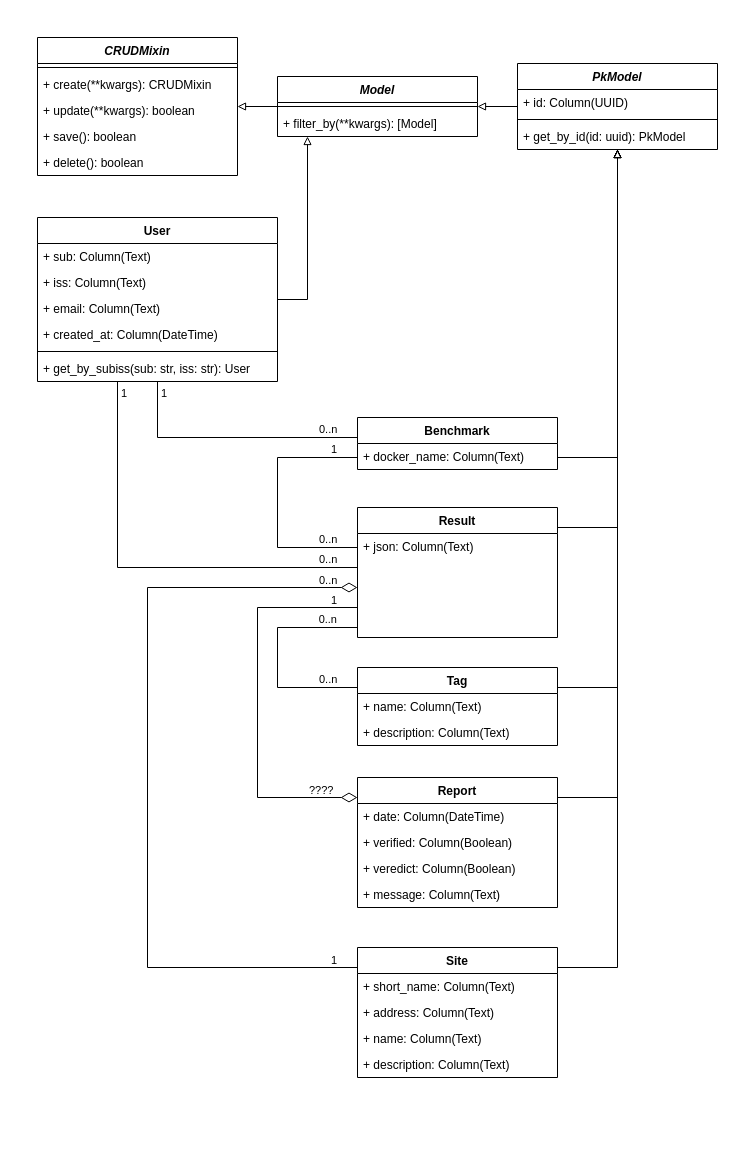
EOSC-synergy/eosc-perf keeps this draw.io diagram as docs/diagrams/classes/models.drawio. Above is the earlier version. Source tidied: cells renumbered, new cells numbered last; positions are measured from the earlier drawing's top-left corner, leaving out a move shared by most shapes. Both pictures are drawn from the tidied source at 100%, with x=0, y=0 at pixel (37, 37).
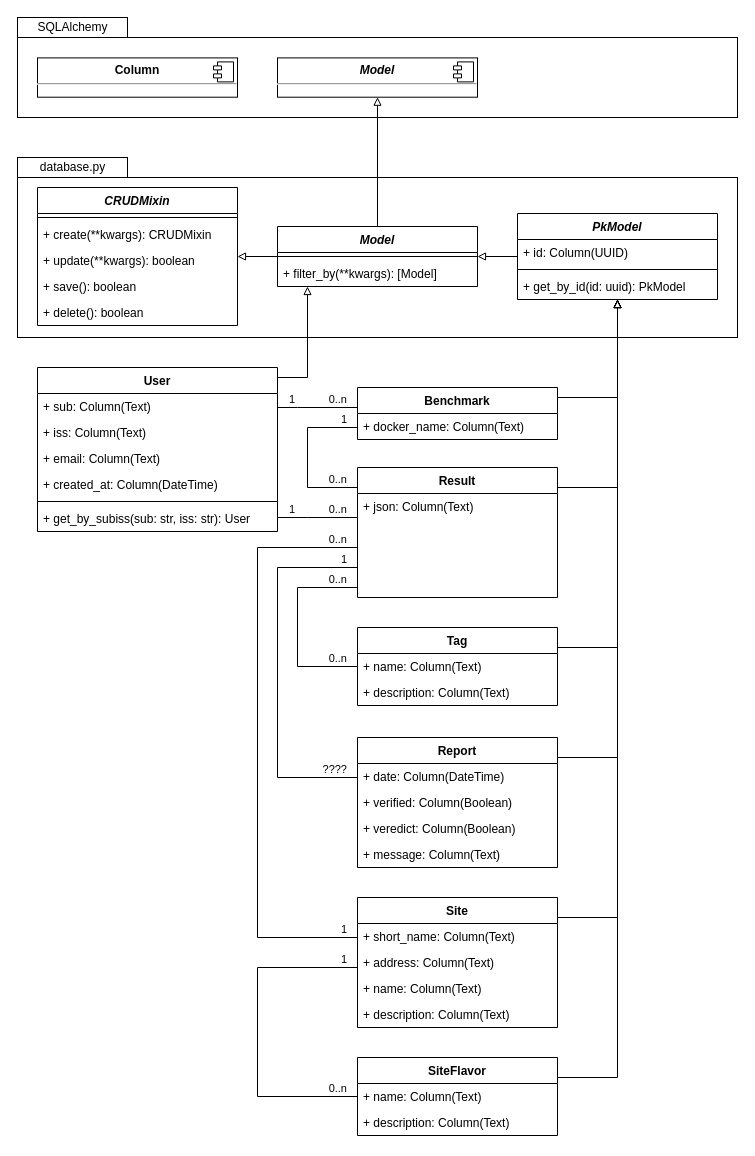
The same page after the edit.

Commit message:
Fix models diagram - Fix relationshipd - Add SiteFlavor - Add SQLAlchemy components

Unchanged cells that the change refers to:
```xml
<mxCell id="4" value="+ date: Column(DateTime)" style="text;strokeColor=none;fillColor=none;align=left;verticalAlign=top;spacingLeft=4;spacingRight=4;overflow=hidden;points=[[0,0.5],[1,0.5]];portConstraint=eastwest;" parent="3" vertex="1">
  <mxGeometry y="26" width="200" height="26" as="geometry" />
</mxCell>
<mxCell id="28" value="+ name: Column(Text)" style="text;strokeColor=none;fillColor=none;align=left;verticalAlign=top;spacingLeft=4;spacingRight=4;overflow=hidden;points=[[0,0.5],[1,0.5]];portConstraint=eastwest;" parent="27" vertex="1">
  <mxGeometry y="26" width="200" height="26" as="geometry" />
</mxCell>
<mxCell id="32" value="+ short_name: Column(Text)" style="text;strokeColor=none;fillColor=none;align=left;verticalAlign=top;spacingLeft=4;spacingRight=4;overflow=hidden;points=[[0,0.5],[1,0.5]];portConstraint=eastwest;" parent="31" vertex="1">
  <mxGeometry y="26" width="200" height="26" as="geometry" />
</mxCell>
```

Diff of the diagram source:
```diff
@@
+    <mxCell id="65" style="html=1;" parent="1" vertex="1">
+      <mxGeometry x="-20" width="720" height="80" as="geometry" />
+    </mxCell>
+    <mxCell id="66" style="html=1;" parent="1" vertex="1">
+      <mxGeometry x="-20" y="140" width="720" height="160" as="geometry" />
+    </mxCell>
     <mxCell id="2" style="edgeStyle=orthogonalEdgeStyle;rounded=0;jettySize=auto;html=1;endArrow=block;endFill=0;" parent="1" edge="1" source="3" target="22">
       <mxGeometry relative="1" as="geometry">
         <Array as="points">
-          <mxPoint x="580" y="760" />
+          <mxPoint x="580" y="720" />
         </Array>
       </mxGeometry>
     </mxCell>
     <mxCell id="3" value="Report" style="swimlane;fontStyle=1;align=center;verticalAlign=top;horizontal=1;startSize=26;" parent="1" vertex="1">
-      <mxGeometry x="320" y="740" width="200" height="130" as="geometry" />
+      <mxGeometry x="320" y="700" width="200" height="130" as="geometry" />
     </mxCell>
@@
     <mxCell id="8" style="edgeStyle=orthogonalEdgeStyle;rounded=0;jettySize=auto;html=1;endArrow=block;endFill=0;" parent="1" edge="1" source="9" target="22">
       <mxGeometry relative="1" as="geometry">
         <Array as="points">
-          <mxPoint x="580" y="490" />
+          <mxPoint x="580" y="450" />
         </Array>
       </mxGeometry>
     </mxCell>
     <mxCell id="9" value="Result" style="swimlane;fontStyle=1;align=center;verticalAlign=top;horizontal=1;startSize=26;" parent="1" vertex="1">
-      <mxGeometry x="320" y="470" width="200" height="130" as="geometry" />
+      <mxGeometry x="320" y="430" width="200" height="130" as="geometry" />
     </mxCell>
@@
     <mxCell id="11" value="CRUDMixin" style="swimlane;fontStyle=3;align=center;verticalAlign=top;horizontal=1;startSize=26;" parent="1" vertex="1">
-      <mxGeometry width="200" height="138" as="geometry" />
+      <mxGeometry y="150" width="200" height="138" as="geometry" />
     </mxCell>
@@
     <mxCell id="18" value="Model" style="swimlane;fontStyle=3;align=center;verticalAlign=top;horizontal=1;startSize=26;" parent="1" vertex="1">
-      <mxGeometry x="240" y="39" width="200" height="60" as="geometry" />
+      <mxGeometry x="240" y="189" width="200" height="60" as="geometry" />
     </mxCell>
@@
     <mxCell id="22" value="PkModel" style="swimlane;fontStyle=3;align=center;verticalAlign=top;horizontal=1;startSize=26;" parent="1" vertex="1">
-      <mxGeometry x="480" y="26" width="200" height="86" as="geometry" />
+      <mxGeometry x="480" y="176" width="200" height="86" as="geometry" />
     </mxCell>
@@
     <mxCell id="26" style="edgeStyle=orthogonalEdgeStyle;rounded=0;jettySize=auto;html=1;endArrow=block;endFill=0;" parent="1" edge="1" source="27" target="22">
       <mxGeometry relative="1" as="geometry">
         <Array as="points">
-          <mxPoint x="580" y="650" />
+          <mxPoint x="580" y="610" />
         </Array>
       </mxGeometry>
     </mxCell>
     <mxCell id="27" value="Tag" style="swimlane;fontStyle=1;align=center;verticalAlign=top;horizontal=1;startSize=26;" parent="1" vertex="1">
-      <mxGeometry x="320" y="630" width="200" height="78" as="geometry" />
+      <mxGeometry x="320" y="590" width="200" height="78" as="geometry" />
     </mxCell>
@@
     <mxCell id="30" style="edgeStyle=orthogonalEdgeStyle;rounded=0;jettySize=auto;html=1;endArrow=block;endFill=0;" parent="1" edge="1" source="31" target="22">
       <mxGeometry relative="1" as="geometry">
         <Array as="points">
-          <mxPoint x="580" y="930" />
+          <mxPoint x="580" y="880" />
         </Array>
       </mxGeometry>
     </mxCell>
     <mxCell id="31" value="Site" style="swimlane;fontStyle=1;align=center;verticalAlign=top;horizontal=1;startSize=26;" parent="1" vertex="1">
-      <mxGeometry x="320" y="910" width="200" height="130" as="geometry" />
+      <mxGeometry x="320" y="860" width="200" height="130" as="geometry" />
     </mxCell>
@@
     <mxCell id="36" style="edgeStyle=orthogonalEdgeStyle;rounded=0;jettySize=auto;html=1;endArrow=block;endFill=0;" parent="1" edge="1" source="37" target="22">
       <mxGeometry relative="1" as="geometry">
         <Array as="points">
-          <mxPoint x="580" y="420" />
+          <mxPoint x="580" y="360" />
         </Array>
       </mxGeometry>
     </mxCell>
     <mxCell id="37" value="Benchmark" style="swimlane;fontStyle=1;align=center;verticalAlign=top;horizontal=1;startSize=26;" parent="1" vertex="1">
-      <mxGeometry x="320" y="380" width="200" height="52" as="geometry" />
+      <mxGeometry x="320" y="350" width="200" height="52" as="geometry" />
     </mxCell>
@@
     <mxCell id="39" style="edgeStyle=orthogonalEdgeStyle;rounded=0;jettySize=auto;html=1;endArrow=block;endFill=0;" parent="1" edge="1" source="58" target="18">
       <mxGeometry relative="1" as="geometry">
         <Array as="points">
-          <mxPoint x="270" y="262" />
+          <mxPoint x="270" y="340" />
         </Array>
       </mxGeometry>
     </mxCell>
-    <mxCell id="40" style="endArrow=none;html=1;endSize=12;startArrow=diamondThin;startSize=14;startFill=0;edgeStyle=orthogonalEdgeStyle;endFill=0;rounded=0;" parent="1" edge="1" source="3" target="9">
+    <mxCell id="40" style="endArrow=none;html=1;endSize=12;startArrow=none;startSize=14;startFill=0;edgeStyle=orthogonalEdgeStyle;endFill=0;rounded=0;" parent="1" edge="1" source="4" target="9">
       <mxGeometry relative="1" as="geometry">
         <Array as="points">
-          <mxPoint x="220" y="760" />
-          <mxPoint x="220" y="570" />
+          <mxPoint x="240" y="740" />
+          <mxPoint x="240" y="530" />
         </Array>
       </mxGeometry>
     </mxCell>
-    <mxCell id="41" value="????" style="edgeLabel;html=1;align=left;verticalAlign=top;" parent="40" vertex="1">
+    <mxCell id="41" value="????" style="edgeLabel;html=1;align=right;verticalAlign=bottom;" parent="40" vertex="1">
       <mxGeometry x="-1" relative="1" as="geometry">
-        <mxPoint x="-50" y="-20" as="offset" />
+        <mxPoint x="-10" as="offset" />
       </mxGeometry>
     </mxCell>
-    <mxCell id="42" value="1" style="edgeLabel;html=1;align=right;verticalAlign=top;" parent="40" vertex="1">
+    <mxCell id="42" value="1" style="edgeLabel;html=1;align=right;verticalAlign=bottom;" parent="40" vertex="1">
       <mxGeometry x="1" relative="1" as="geometry">
-        <mxPoint x="-20" y="-20" as="offset" />
+        <mxPoint x="-10" as="offset" />
       </mxGeometry>
     </mxCell>
-    <mxCell id="43" style="endArrow=none;html=1;edgeStyle=orthogonalEdgeStyle;rounded=0;" parent="1" edge="1" source="27" target="9">
+    <mxCell id="43" style="endArrow=none;html=1;edgeStyle=orthogonalEdgeStyle;rounded=0;" parent="1" edge="1" source="28" target="9">
       <mxGeometry relative="1" as="geometry">
         <Array as="points">
-          <mxPoint x="240" y="650" />
-          <mxPoint x="240" y="590" />
+          <mxPoint x="260" y="629" />
+          <mxPoint x="260" y="550" />
         </Array>
       </mxGeometry>
     </mxCell>
-    <mxCell id="44" value="0..n" style="edgeLabel;html=1;align=left;verticalAlign=bottom;" parent="43" vertex="1">
+    <mxCell id="44" value="0..n" style="edgeLabel;html=1;align=right;verticalAlign=bottom;" parent="43" vertex="1">
       <mxGeometry x="-1" relative="1" as="geometry">
-        <mxPoint x="-40" as="offset" />
+        <mxPoint x="-10" as="offset" />
       </mxGeometry>
     </mxCell>
     <mxCell id="45" value="0..n" style="edgeLabel;html=1;align=right;verticalAlign=bottom;" parent="43" vertex="1">
       <mxGeometry x="1" relative="1" as="geometry">
-        <mxPoint x="-20" as="offset" />
+        <mxPoint x="-10.2" as="offset" />
       </mxGeometry>
     </mxCell>
     <mxCell id="46" style="endArrow=none;html=1;edgeStyle=orthogonalEdgeStyle;rounded=0;" parent="1" edge="1" source="37" target="58">
       <mxGeometry relative="1" as="geometry">
         <Array as="points">
-          <mxPoint x="120" y="400" />
+          <mxPoint x="260" y="370" />
+          <mxPoint x="260" y="370" />
         </Array>
       </mxGeometry>
     </mxCell>
-    <mxCell id="47" value="0..n" style="edgeLabel;html=1;align=left;verticalAlign=bottom;" parent="46" vertex="1">
+    <mxCell id="47" value="0..n" style="edgeLabel;html=1;align=right;verticalAlign=bottom;" parent="46" vertex="1">
       <mxGeometry x="-1" relative="1" as="geometry">
-        <mxPoint x="-40" as="offset" />
+        <mxPoint x="-10" as="offset" />
       </mxGeometry>
     </mxCell>
-    <mxCell id="48" value="1" style="edgeLabel;html=1;align=right;verticalAlign=bottom;" parent="46" vertex="1">
+    <mxCell id="48" value="1" style="edgeLabel;html=1;align=left;verticalAlign=bottom;" parent="46" vertex="1">
       <mxGeometry x="1" relative="1" as="geometry">
-        <mxPoint x="10" y="20" as="offset" />
+        <mxPoint x="10" as="offset" />
       </mxGeometry>
     </mxCell>
     <mxCell id="49" style="endArrow=none;html=1;edgeStyle=orthogonalEdgeStyle;rounded=0;" parent="1" edge="1" source="9" target="37">
       <mxGeometry relative="1" as="geometry">
         <Array as="points">
-          <mxPoint x="240" y="510" />
-          <mxPoint x="240" y="420" />
+          <mxPoint x="270" y="450" />
+          <mxPoint x="270" y="390" />
         </Array>
       </mxGeometry>
     </mxCell>
-    <mxCell id="50" value="0..n" style="edgeLabel;html=1;align=left;verticalAlign=bottom;" parent="49" vertex="1">
+    <mxCell id="50" value="0..n" style="edgeLabel;html=1;align=right;verticalAlign=bottom;" parent="49" vertex="1">
       <mxGeometry x="-1" relative="1" as="geometry">
-        <mxPoint x="-40" as="offset" />
+        <mxPoint x="-10" as="offset" />
       </mxGeometry>
     </mxCell>
     <mxCell id="51" value="1" style="edgeLabel;html=1;align=right;verticalAlign=bottom;" parent="49" vertex="1">
       <mxGeometry x="1" relative="1" as="geometry">
-        <mxPoint x="-20" as="offset" />
+        <mxPoint x="-10" as="offset" />
       </mxGeometry>
     </mxCell>
     <mxCell id="52" style="endArrow=none;html=1;edgeStyle=orthogonalEdgeStyle;rounded=0;" parent="1" edge="1" source="9" target="58">
       <mxGeometry relative="1" as="geometry">
         <Array as="points">
-          <mxPoint x="80" y="530" />
+          <mxPoint x="270" y="480" />
+          <mxPoint x="270" y="480" />
         </Array>
       </mxGeometry>
     </mxCell>
-    <mxCell id="53" value="0..n" style="edgeLabel;html=1;align=left;verticalAlign=bottom;" parent="52" vertex="1">
+    <mxCell id="53" value="0..n" style="edgeLabel;html=1;align=right;verticalAlign=bottom;" parent="52" vertex="1">
       <mxGeometry x="-1" relative="1" as="geometry">
-        <mxPoint x="-40" as="offset" />
+        <mxPoint x="-10" as="offset" />
       </mxGeometry>
     </mxCell>
-    <mxCell id="54" value="1" style="edgeLabel;html=1;align=right;verticalAlign=bottom;" parent="52" vertex="1">
+    <mxCell id="54" value="1" style="edgeLabel;html=1;align=left;verticalAlign=bottom;" parent="52" vertex="1">
       <mxGeometry x="1" relative="1" as="geometry">
-        <mxPoint x="10" y="20" as="offset" />
+        <mxPoint x="10" as="offset" />
       </mxGeometry>
     </mxCell>
-    <mxCell id="55" style="endArrow=none;html=1;endSize=12;startArrow=diamondThin;startSize=14;startFill=0;edgeStyle=orthogonalEdgeStyle;endFill=0;rounded=0;" parent="1" edge="1" source="9" target="31">
+    <mxCell id="55" style="endArrow=none;html=1;endSize=12;startArrow=none;startSize=14;startFill=0;edgeStyle=orthogonalEdgeStyle;endFill=0;rounded=0;" parent="1" edge="1" source="9" target="32">
       <mxGeometry relative="1" as="geometry">
         <Array as="points">
-          <mxPoint x="110" y="550" />
-          <mxPoint x="110" y="930" />
+          <mxPoint x="220" y="510" />
+          <mxPoint x="220" y="900" />
         </Array>
       </mxGeometry>
     </mxCell>
-    <mxCell id="56" value="0..n" style="edgeLabel;html=1;align=left;verticalAlign=top;" parent="55" vertex="1">
+    <mxCell id="56" value="0..n" style="edgeLabel;html=1;align=right;verticalAlign=bottom;" parent="55" vertex="1">
       <mxGeometry x="-1" relative="1" as="geometry">
-        <mxPoint x="-40" y="-20" as="offset" />
+        <mxPoint x="-10" as="offset" />
       </mxGeometry>
     </mxCell>
-    <mxCell id="57" value="1" style="edgeLabel;html=1;align=right;verticalAlign=top;" parent="55" vertex="1">
+    <mxCell id="57" value="1" style="edgeLabel;html=1;align=right;verticalAlign=bottom;" parent="55" vertex="1">
       <mxGeometry x="1" relative="1" as="geometry">
-        <mxPoint x="-20" y="-20" as="offset" />
+        <mxPoint x="-10" as="offset" />
       </mxGeometry>
     </mxCell>
     <mxCell id="58" value="User" style="swimlane;fontStyle=1;align=center;verticalAlign=top;horizontal=1;startSize=26;" parent="1" vertex="1">
-      <mxGeometry y="180" width="240" height="164" as="geometry" />
+      <mxGeometry y="330" width="240" height="164" as="geometry" />
     </mxCell>
@@
+    <mxCell id="67" style="edgeStyle=orthogonalEdgeStyle;rounded=0;jettySize=auto;html=1;endArrow=block;endFill=0;" parent="1" edge="1" source="18" target="69">
+      <mxGeometry relative="1" as="geometry" />
+    </mxCell>
+    <mxCell id="68" value="database.py" style="html=1;" parent="1" vertex="1">
+      <mxGeometry x="-20" y="120" width="110" height="20" as="geometry" />
+    </mxCell>
+    <mxCell id="69" value="&lt;p style=&quot;margin: 0px ; margin-top: 6px ; text-align: center&quot;&gt;&lt;b&gt;&lt;i&gt;Model&lt;/i&gt;&lt;/b&gt;&lt;/p&gt;&lt;hr&gt;&lt;p style=&quot;margin: 0px ; margin-left: 8px&quot;&gt;&lt;br&gt;&lt;/p&gt;" style="align=left;overflow=fill;html=1;" parent="1" vertex="1">
+      <mxGeometry x="240" y="20.4" width="200" height="39.3" as="geometry" />
+    </mxCell>
+    <mxCell id="70" style="shape=component;jettyWidth=8;jettyHeight=4;" parent="69" vertex="1">
+      <mxGeometry x="1" width="20" height="20" relative="1" as="geometry">
+        <mxPoint x="-24" y="4" as="offset" />
+      </mxGeometry>
+    </mxCell>
+    <mxCell id="71" value="&lt;p style=&quot;margin: 0px ; margin-top: 6px ; text-align: center&quot;&gt;&lt;b&gt;Column&lt;/b&gt;&lt;/p&gt;&lt;hr&gt;&lt;p style=&quot;margin: 0px ; margin-left: 8px&quot;&gt;&lt;br&gt;&lt;/p&gt;" style="align=left;overflow=fill;html=1;" parent="1" vertex="1">
+      <mxGeometry y="20.4" width="200" height="39.3" as="geometry" />
+    </mxCell>
+    <mxCell id="72" style="shape=component;jettyWidth=8;jettyHeight=4;" parent="71" vertex="1">
+      <mxGeometry x="1" width="20" height="20" relative="1" as="geometry">
+        <mxPoint x="-24" y="4" as="offset" />
+      </mxGeometry>
+    </mxCell>
+    <mxCell id="73" value="SQLAlchemy" style="html=1;" parent="1" vertex="1">
+      <mxGeometry x="-20" y="-20" width="110" height="20" as="geometry" />
+    </mxCell>
+    <mxCell id="74" style="edgeStyle=orthogonalEdgeStyle;rounded=0;jettySize=auto;html=1;endArrow=block;endFill=0;" parent="1" edge="1" source="75" target="22">
+      <mxGeometry relative="1" as="geometry">
+        <Array as="points">
+          <mxPoint x="580" y="1040" />
+        </Array>
+      </mxGeometry>
+    </mxCell>
+    <mxCell id="75" value="SiteFlavor" style="swimlane;fontStyle=1;align=center;verticalAlign=top;horizontal=1;startSize=26;" parent="1" vertex="1">
+      <mxGeometry x="320" y="1020" width="200" height="78" as="geometry" />
+    </mxCell>
+    <mxCell id="76" value="+ name: Column(Text)" style="text;strokeColor=none;fillColor=none;align=left;verticalAlign=top;spacingLeft=4;spacingRight=4;overflow=hidden;" parent="75" vertex="1">
+      <mxGeometry y="26" width="200" height="26" as="geometry" />
+    </mxCell>
+    <mxCell id="77" value="+ description: Column(Text)" style="text;strokeColor=none;fillColor=none;align=left;verticalAlign=top;spacingLeft=4;spacingRight=4;overflow=hidden;" parent="75" vertex="1">
+      <mxGeometry y="52" width="200" height="26" as="geometry" />
+    </mxCell>
+    <mxCell id="78" style="endArrow=none;html=1;edgeStyle=orthogonalEdgeStyle;rounded=0;" parent="1" edge="1" source="31" target="75">
+      <mxGeometry relative="1" as="geometry">
+        <Array as="points">
+          <mxPoint x="220" y="930" />
+          <mxPoint x="220" y="1059" />
+        </Array>
+      </mxGeometry>
+    </mxCell>
+    <mxCell id="79" value="1" style="edgeLabel;html=1;align=right;verticalAlign=bottom;" parent="78" vertex="1">
+      <mxGeometry x="-1" relative="1" as="geometry">
+        <mxPoint x="-10" as="offset" />
+      </mxGeometry>
+    </mxCell>
+    <mxCell id="80" value="0..n" style="edgeLabel;html=1;align=right;verticalAlign=bottom;" parent="78" vertex="1">
+      <mxGeometry x="1" relative="1" as="geometry">
+        <mxPoint x="-10" as="offset" />
+      </mxGeometry>
+    </mxCell>
```
